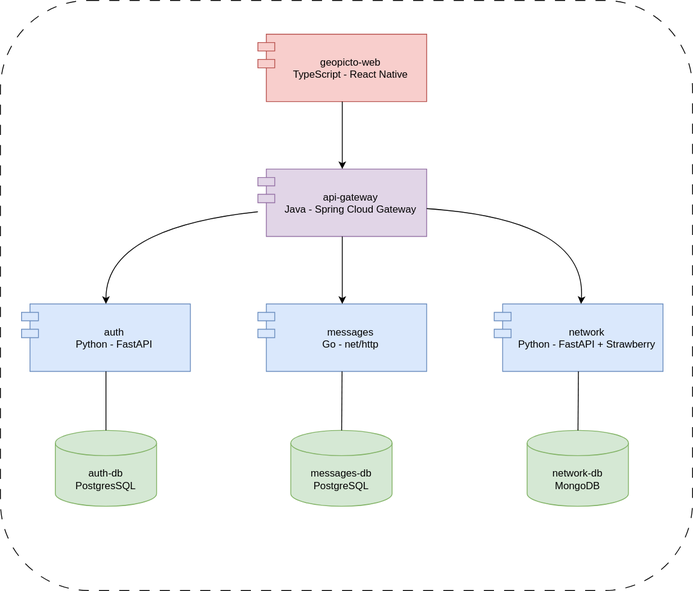
Earlier version of the draw.io export docs/diagrams/C&C view.svg (jumedinaca/swarch-project). Source tidied: cells renumbered, new cells last; positions are measured from the earlier drawing's top-left corner, leaving out a move shared by most shapes.
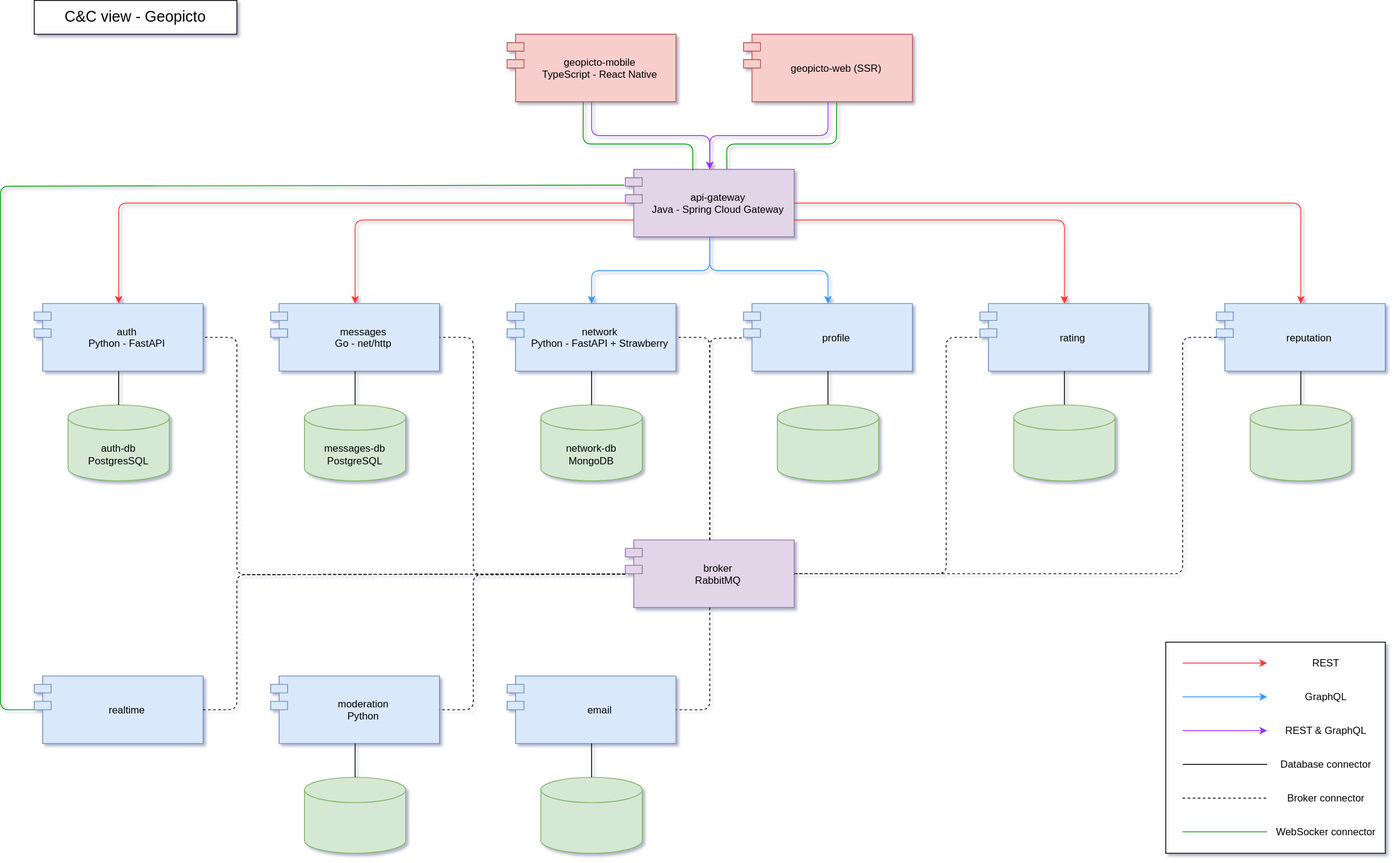
Later version of the same file.

The edit, as a diff of the source:
```diff
@@ -1,33 +1,30 @@
-<mxGraphModel background="#ffffff">
+<mxGraphModel background="#ffffff" shadow="1">
   <root>
     <mxCell id="0" />
     <mxCell id="1" parent="0" />
-    <mxCell id="2" style="rounded=1;whiteSpace=wrap;html=1;strokeWidth=1;fillStyle=auto;fillColor=none;gradientColor=none;dashed=1;dashPattern=12 12;glass=0;shadow=0;" parent="1" vertex="1">
-      <mxGeometry width="820" height="700" as="geometry" />
-    </mxCell>
-    <mxCell id="3" value="geopicto-web&#10;TypeScript - React Native" style="shape=module;align=left;spacingLeft=20;align=center;verticalAlign=middle;strokeWidth=1;fillColor=#f8cecc;strokeColor=#b85450;" parent="1" vertex="1">
-      <mxGeometry x="305" y="40" width="200" height="80" as="geometry" />
+    <mxCell id="3" value="geopicto-mobile&#10;TypeScript - React Native" style="shape=module;align=left;spacingLeft=20;align=center;verticalAlign=middle;strokeWidth=1;fillColor=#f8cecc;strokeColor=#b85450;" parent="1" vertex="1">
+      <mxGeometry x="580" y="-150" width="200" height="80" as="geometry" />
     </mxCell>
     <mxCell id="4" value="auth-db&lt;br&gt;PostgresSQL" style="shape=cylinder3;whiteSpace=wrap;html=1;boundedLbl=1;backgroundOutline=1;size=15;strokeWidth=1;fillColor=#d5e8d4;strokeColor=#82b366;" parent="1" vertex="1">
-      <mxGeometry x="65" y="510" width="120" height="90" as="geometry" />
+      <mxGeometry x="60" y="289" width="120" height="90" as="geometry" />
     </mxCell>
     <mxCell id="5" value="api-gateway&#10;Java - Spring Cloud Gateway" style="shape=module;align=left;spacingLeft=20;align=center;verticalAlign=middle;strokeWidth=1;fillColor=#e1d5e7;strokeColor=#9673a6;fillStyle=auto;" parent="1" vertex="1">
-      <mxGeometry x="305" y="200" width="200" height="80" as="geometry" />
+      <mxGeometry x="720" y="10" width="200" height="80" as="geometry" />
     </mxCell>
     <mxCell id="6" value="messages&#10;Go - net/http" style="shape=module;align=left;spacingLeft=20;align=center;verticalAlign=middle;strokeWidth=1;fillColor=#dae8fc;strokeColor=#6c8ebf;" parent="1" vertex="1">
-      <mxGeometry x="305" y="360" width="200" height="80" as="geometry" />
+      <mxGeometry x="300" y="169" width="200" height="80" as="geometry" />
     </mxCell>
     <mxCell id="7" value="auth&#10;Python - FastAPI" style="shape=module;align=left;spacingLeft=20;align=center;verticalAlign=middle;strokeWidth=1;fillColor=#dae8fc;strokeColor=#6c8ebf;" parent="1" vertex="1">
-      <mxGeometry x="25" y="360" width="200" height="80" as="geometry" />
+      <mxGeometry x="20" y="169" width="200" height="80" as="geometry" />
     </mxCell>
     <mxCell id="8" value="network&#10;Python - FastAPI + Strawberry" style="shape=module;align=left;spacingLeft=20;align=center;verticalAlign=middle;strokeWidth=1;fillColor=#dae8fc;strokeColor=#6c8ebf;" parent="1" vertex="1">
-      <mxGeometry x="585" y="360" width="200" height="80" as="geometry" />
+      <mxGeometry x="580" y="169" width="200" height="80" as="geometry" />
     </mxCell>
     <mxCell id="9" value="messages-db&lt;br&gt;PostgreSQL" style="shape=cylinder3;whiteSpace=wrap;html=1;boundedLbl=1;backgroundOutline=1;size=15;strokeWidth=1;fillColor=#d5e8d4;strokeColor=#82b366;" parent="1" vertex="1">
-      <mxGeometry x="344" y="510" width="120" height="90" as="geometry" />
+      <mxGeometry x="340" y="289" width="120" height="90" as="geometry" />
     </mxCell>
     <mxCell id="10" value="network-db&lt;br&gt;MongoDB" style="shape=cylinder3;whiteSpace=wrap;html=1;boundedLbl=1;backgroundOutline=1;size=15;strokeWidth=1;fillColor=#d5e8d4;strokeColor=#82b366;" parent="1" vertex="1">
-      <mxGeometry x="624" y="510" width="120" height="90" as="geometry" />
+      <mxGeometry x="620" y="289" width="120" height="90" as="geometry" />
     </mxCell>
     <mxCell id="11" style="endArrow=none;html=1;strokeWidth=1;" parent="1" edge="1" source="10" target="8">
       <mxGeometry relative="1" as="geometry" />
@@ -38,25 +35,275 @@
     <mxCell id="13" style="endArrow=none;html=1;strokeWidth=1;" parent="1" edge="1" source="9" target="6">
       <mxGeometry relative="1" as="geometry" />
     </mxCell>
+    <mxCell id="17" style="endArrow=classic;html=1;strokeWidth=1;rounded=1;strokeColor=#9933FF;" parent="1" edge="1" source="3" target="5">
+      <mxGeometry relative="1" as="geometry">
+        <Array as="points">
+          <mxPoint x="680" y="-30" />
+          <mxPoint x="820" y="-30" />
+        </Array>
+      </mxGeometry>
+    </mxCell>
+    <mxCell id="18" value="broker&#10;RabbitMQ" style="shape=module;align=left;spacingLeft=20;align=center;verticalAlign=middle;strokeWidth=1;fillColor=#e1d5e7;strokeColor=#9673a6;fillStyle=auto;" parent="1" vertex="1">
+      <mxGeometry x="720" y="449" width="200" height="80" as="geometry" />
+    </mxCell>
+    <mxCell id="19" value="moderation&#10;Python" style="shape=module;align=left;spacingLeft=20;align=center;verticalAlign=middle;strokeWidth=1;fillColor=#dae8fc;strokeColor=#6c8ebf;" parent="1" vertex="1">
+      <mxGeometry x="300" y="610" width="200" height="80" as="geometry" />
+    </mxCell>
+    <mxCell id="20" value="profile" style="shape=module;align=left;spacingLeft=20;align=center;verticalAlign=middle;strokeWidth=1;fillColor=#dae8fc;strokeColor=#6c8ebf;" parent="1" vertex="1">
+      <mxGeometry x="860" y="169" width="200" height="80" as="geometry" />
+    </mxCell>
+    <mxCell id="21" style="endArrow=none;html=1;strokeWidth=1;" parent="1" edge="1" source="22" target="20">
+      <mxGeometry relative="1" as="geometry" />
+    </mxCell>
+    <mxCell id="22" style="shape=cylinder3;whiteSpace=wrap;html=1;boundedLbl=1;backgroundOutline=1;size=15;strokeWidth=1;fillColor=#d5e8d4;strokeColor=#82b366;" parent="1" vertex="1">
+      <mxGeometry x="900" y="289" width="120" height="90" as="geometry" />
+    </mxCell>
+    <mxCell id="23" value="rating" style="shape=module;align=left;spacingLeft=20;align=center;verticalAlign=middle;strokeWidth=1;fillColor=#dae8fc;strokeColor=#6c8ebf;" parent="1" vertex="1">
+      <mxGeometry x="1140" y="169" width="200" height="80" as="geometry" />
+    </mxCell>
+    <mxCell id="24" style="endArrow=none;html=1;strokeWidth=1;" parent="1" edge="1" source="25" target="23">
+      <mxGeometry relative="1" as="geometry" />
+    </mxCell>
+    <mxCell id="25" style="shape=cylinder3;whiteSpace=wrap;html=1;boundedLbl=1;backgroundOutline=1;size=15;strokeWidth=1;fillColor=#d5e8d4;strokeColor=#82b366;" parent="1" vertex="1">
+      <mxGeometry x="1180" y="289" width="120" height="90" as="geometry" />
+    </mxCell>
+    <mxCell id="26" value="realtime" style="shape=module;align=left;spacingLeft=20;align=center;verticalAlign=middle;strokeWidth=1;fillColor=#dae8fc;strokeColor=#6c8ebf;fillStyle=auto;" parent="1" vertex="1">
+      <mxGeometry x="20" y="610" width="200" height="80" as="geometry" />
+    </mxCell>
+    <mxCell id="27" value="geopicto-web (SSR)" style="shape=module;align=left;spacingLeft=20;align=center;verticalAlign=middle;strokeWidth=1;fillColor=#f8cecc;strokeColor=#b85450;" parent="1" vertex="1">
+      <mxGeometry x="860" y="-150" width="200" height="80" as="geometry" />
+    </mxCell>
+    <mxCell id="28" value="email" style="shape=module;align=left;spacingLeft=20;align=center;verticalAlign=middle;strokeWidth=1;fillColor=#dae8fc;strokeColor=#6c8ebf;" parent="1" vertex="1">
+      <mxGeometry x="580" y="610" width="200" height="80" as="geometry" />
+    </mxCell>
+    <mxCell id="29" value="reputation" style="shape=module;align=left;spacingLeft=20;align=center;verticalAlign=middle;strokeWidth=1;fillColor=#dae8fc;strokeColor=#6c8ebf;" parent="1" vertex="1">
+      <mxGeometry x="1420" y="169" width="200" height="80" as="geometry" />
+    </mxCell>
+    <mxCell id="30" style="endArrow=none;html=1;strokeWidth=1;dashed=1;" parent="1" edge="1" source="18" target="7">
+      <mxGeometry relative="1" as="geometry">
+        <Array as="points">
+          <mxPoint x="260" y="490" />
+          <mxPoint x="260" y="209" />
+        </Array>
+      </mxGeometry>
+    </mxCell>
+    <mxCell id="31" style="endArrow=none;html=1;strokeWidth=1;dashed=1;" parent="1" edge="1" source="18" target="23">
+      <mxGeometry relative="1" as="geometry">
+        <Array as="points">
+          <mxPoint x="1100" y="489" />
+          <mxPoint x="1100" y="209" />
+        </Array>
+      </mxGeometry>
+    </mxCell>
+    <mxCell id="32" style="endArrow=none;html=1;strokeWidth=1;dashed=1;" parent="1" edge="1" source="18" target="28">
+      <mxGeometry relative="1" as="geometry">
+        <Array as="points">
+          <mxPoint x="820" y="650" />
+        </Array>
+      </mxGeometry>
+    </mxCell>
+    <mxCell id="33" style="endArrow=none;html=1;strokeWidth=1;dashed=1;exitX=0;exitY=0.505;exitDx=0;exitDy=0;exitPerimeter=0;" parent="1" edge="1" source="18" target="19">
+      <mxGeometry relative="1" as="geometry">
+        <Array as="points">
+          <mxPoint x="540" y="490" />
+          <mxPoint x="540" y="650" />
+        </Array>
+      </mxGeometry>
+    </mxCell>
+    <mxCell id="34" style="endArrow=none;html=1;strokeWidth=1;dashed=1;" parent="1" edge="1" source="29" target="18">
+      <mxGeometry relative="1" as="geometry">
+        <Array as="points">
+          <mxPoint x="1380" y="209" />
+          <mxPoint x="1380" y="489" />
+        </Array>
+      </mxGeometry>
+    </mxCell>
+    <mxCell id="35" style="endArrow=classic;html=1;strokeWidth=1;strokeColor=#9933FF;" parent="1" edge="1" source="27" target="5">
+      <mxGeometry relative="1" as="geometry">
+        <Array as="points">
+          <mxPoint x="960" y="-30" />
+          <mxPoint x="820" y="-30" />
+        </Array>
+      </mxGeometry>
+    </mxCell>
+    <mxCell id="36" style="shape=cylinder3;whiteSpace=wrap;html=1;boundedLbl=1;backgroundOutline=1;size=15;strokeWidth=1;fillColor=#d5e8d4;strokeColor=#82b366;" parent="1" vertex="1">
+      <mxGeometry x="1460" y="289" width="120" height="90" as="geometry" />
+    </mxCell>
+    <mxCell id="37" style="endArrow=none;html=1;strokeWidth=1;dashed=1;" parent="1" edge="1" source="18" target="6">
+      <mxGeometry relative="1" as="geometry">
+        <Array as="points">
+          <mxPoint x="540" y="490" />
+          <mxPoint x="540" y="209" />
+        </Array>
+      </mxGeometry>
+    </mxCell>
+    <mxCell id="38" style="endArrow=none;html=1;strokeWidth=1;dashed=1;" parent="1" edge="1" source="18" target="20">
+      <mxGeometry relative="1" as="geometry">
+        <Array as="points">
+          <mxPoint x="820" y="210" />
+        </Array>
+      </mxGeometry>
+    </mxCell>
+    <mxCell id="39" style="endArrow=none;html=1;strokeWidth=1;dashed=1;" parent="1" edge="1" source="18" target="8">
+      <mxGeometry relative="1" as="geometry">
+        <Array as="points">
+          <mxPoint x="820" y="209" />
+        </Array>
+      </mxGeometry>
+    </mxCell>
+    <mxCell id="40" style="endArrow=none;html=1;strokeWidth=1;rounded=1;dashed=1;strokeColor=#000000;" parent="1" edge="1" source="26" target="18">
+      <mxGeometry relative="1" as="geometry">
+        <Array as="points">
+          <mxPoint x="260" y="650" />
+          <mxPoint x="260" y="490" />
+        </Array>
+      </mxGeometry>
+    </mxCell>
-    <mxCell id="14" style="endArrow=classic;html=1;strokeWidth=1;curved=1;" parent="1" edge="1" source="5" target="7">
+    <mxCell id="14" style="endArrow=classic;html=1;strokeWidth=1;rounded=1;strokeColor=#FF3333;" parent="1" edge="1" source="5" target="7">
       <mxGeometry relative="1" as="geometry">
         <Array as="points">
-          <mxPoint x="125" y="270" />
+          <mxPoint x="120" y="50" />
         </Array>
       </mxGeometry>
     </mxCell>
-    <mxCell id="15" style="endArrow=classic;html=1;strokeWidth=1;curved=1;" parent="1" edge="1" source="5" target="6">
-      <mxGeometry relative="1" as="geometry" />
+    <mxCell id="15" style="endArrow=classic;html=1;strokeWidth=1;rounded=1;strokeColor=#FF3333;exitX=0;exitY=0.75;exitDx=10;exitDy=0;exitPerimeter=0;" parent="1" edge="1" source="5" target="6">
+      <mxGeometry relative="1" as="geometry">
+        <Array as="points">
+          <mxPoint x="400" y="70" />
+        </Array>
+      </mxGeometry>
     </mxCell>
-    <mxCell id="16" style="endArrow=classic;html=1;strokeWidth=1;curved=1;" parent="1" edge="1" source="5" target="8">
+    <mxCell id="16" style="endArrow=classic;html=1;strokeWidth=1;rounded=1;strokeColor=#3399FF;" parent="1" edge="1" source="5" target="8">
       <mxGeometry relative="1" as="geometry">
         <Array as="points">
-          <mxPoint x="695" y="260" />
+          <mxPoint x="820" y="130" />
+          <mxPoint x="680" y="130" />
         </Array>
       </mxGeometry>
     </mxCell>
-    <mxCell id="17" style="endArrow=classic;html=1;strokeWidth=1;curved=1;" parent="1" edge="1" source="3" target="5">
-      <mxGeometry relative="1" as="geometry" />
-    </mxCell>
+    <mxCell id="41" style="endArrow=classic;html=1;strokeWidth=1;rounded=1;strokeColor=#3399FF;" parent="1" edge="1" source="5" target="20">
+      <mxGeometry relative="1" as="geometry">
+        <Array as="points">
+          <mxPoint x="820" y="130" />
+          <mxPoint x="960" y="130" />
+        </Array>
+      </mxGeometry>
+    </mxCell>
+    <mxCell id="42" style="endArrow=classic;html=1;strokeWidth=1;rounded=1;strokeColor=#FF3333;exitX=1;exitY=0.75;exitDx=0;exitDy=0;" parent="1" edge="1" source="5" target="23">
+      <mxGeometry relative="1" as="geometry">
+        <Array as="points">
+          <mxPoint x="1240" y="70" />
+        </Array>
+      </mxGeometry>
+    </mxCell>
+    <mxCell id="43" style="endArrow=classic;html=1;strokeWidth=1;rounded=1;strokeColor=#FF3333;" parent="1" edge="1" source="5" target="29">
+      <mxGeometry relative="1" as="geometry">
+        <Array as="points">
+          <mxPoint x="1520" y="50" />
+        </Array>
+      </mxGeometry>
+    </mxCell>
+    <mxCell id="44" value="C&amp;amp;C view - Geopicto" style="rounded=0;whiteSpace=wrap;html=1;strokeWidth=1;fontSize=18;" parent="1" vertex="1">
+      <mxGeometry x="20" y="-190" width="240" height="40" as="geometry" />
+    </mxCell>
+    <mxCell id="45" style="shape=cylinder3;whiteSpace=wrap;html=1;boundedLbl=1;backgroundOutline=1;size=15;strokeWidth=1;fillColor=#d5e8d4;strokeColor=#82b366;" parent="1" vertex="1">
+      <mxGeometry x="340" y="730" width="120" height="90" as="geometry" />
+    </mxCell>
+    <mxCell id="46" style="shape=cylinder3;whiteSpace=wrap;html=1;boundedLbl=1;backgroundOutline=1;size=15;strokeWidth=1;fillColor=#d5e8d4;strokeColor=#82b366;" parent="1" vertex="1">
+      <mxGeometry x="620" y="730" width="120" height="90" as="geometry" />
+    </mxCell>
+    <mxCell id="47" style="endArrow=none;html=1;strokeWidth=1;rounded=1;strokeColor=#000000;fontSize=18;" parent="1" edge="1" source="45" target="19">
+      <mxGeometry relative="1" as="geometry" />
+    </mxCell>
+    <mxCell id="48" style="endArrow=none;html=1;strokeWidth=1;rounded=1;strokeColor=#000000;fontSize=18;" parent="1" edge="1" source="46" target="28">
+      <mxGeometry relative="1" as="geometry" />
+    </mxCell>
+    <mxCell id="49" style="endArrow=none;html=1;strokeWidth=1;rounded=1;strokeColor=#000000;fontSize=18;" parent="1" edge="1" source="36" target="29">
+      <mxGeometry relative="1" as="geometry" />
+    </mxCell>
+    <mxCell id="50" style="group;" parent="1" vertex="1">
+      <mxGeometry x="1360" y="570" width="260" height="250" as="geometry" />
+    </mxCell>
+    <mxCell id="51" style="rounded=0;whiteSpace=wrap;html=1;strokeWidth=1;" parent="50" vertex="1">
+      <mxGeometry width="260" height="250" as="geometry" />
+    </mxCell>
+    <mxCell id="52" style="endArrow=classic;html=1;strokeWidth=1;strokeColor=#FF3333;" parent="50" edge="1">
+      <mxGeometry relative="1" as="geometry">
+        <mxPoint x="20" y="24.8" as="sourcePoint" />
+        <mxPoint x="120" y="24.8" as="targetPoint" />
+      </mxGeometry>
+    </mxCell>
+    <mxCell id="53" value="REST" style="text;html=1;strokeColor=none;fillColor=none;align=center;verticalAlign=middle;whiteSpace=wrap;rounded=0;strokeWidth=1;" parent="50" vertex="1">
+      <mxGeometry x="160" y="10" width="60" height="30" as="geometry" />
+    </mxCell>
+    <mxCell id="54" style="endArrow=classic;html=1;strokeWidth=1;strokeColor=#3399FF;" parent="50" edge="1">
+      <mxGeometry relative="1" as="geometry">
+        <mxPoint x="20" y="64.8" as="sourcePoint" />
+        <mxPoint x="120" y="64.8" as="targetPoint" />
+      </mxGeometry>
+    </mxCell>
+    <mxCell id="55" value="GraphQL" style="text;html=1;strokeColor=none;fillColor=none;align=center;verticalAlign=middle;whiteSpace=wrap;rounded=0;strokeWidth=1;" parent="50" vertex="1">
+      <mxGeometry x="160" y="50" width="60" height="30" as="geometry" />
+    </mxCell>
+    <mxCell id="56" style="endArrow=classic;html=1;strokeWidth=1;strokeColor=#9933FF;" parent="50" edge="1">
+      <mxGeometry relative="1" as="geometry">
+        <mxPoint x="20" y="104.8" as="sourcePoint" />
+        <mxPoint x="120" y="104.8" as="targetPoint" />
+      </mxGeometry>
+    </mxCell>
+    <mxCell id="57" value="REST &amp;amp; GraphQL" style="text;html=1;strokeColor=none;fillColor=none;align=center;verticalAlign=middle;whiteSpace=wrap;rounded=0;strokeWidth=1;" parent="50" vertex="1">
+      <mxGeometry x="135" y="90" width="110" height="30" as="geometry" />
+    </mxCell>
+    <mxCell id="58" style="endArrow=none;html=1;strokeWidth=1;rounded=1;strokeColor=#000000;" parent="50" edge="1">
+      <mxGeometry relative="1" as="geometry">
+        <mxPoint x="20" y="144.8" as="sourcePoint" />
+        <mxPoint x="120" y="144.8" as="targetPoint" />
+      </mxGeometry>
+    </mxCell>
+    <mxCell id="59" value="Database connector" style="text;html=1;strokeColor=none;fillColor=none;align=center;verticalAlign=middle;whiteSpace=wrap;rounded=0;strokeWidth=1;" parent="50" vertex="1">
+      <mxGeometry x="130" y="130" width="120" height="30" as="geometry" />
+    </mxCell>
+    <mxCell id="60" style="endArrow=none;html=1;strokeWidth=1;rounded=1;strokeColor=#000000;dashed=1;" parent="50" edge="1">
+      <mxGeometry relative="1" as="geometry">
+        <mxPoint x="20" y="184.8" as="sourcePoint" />
+        <mxPoint x="120" y="184.8" as="targetPoint" />
+      </mxGeometry>
+    </mxCell>
+    <mxCell id="61" value="Broker connector" style="text;html=1;strokeColor=none;fillColor=none;align=center;verticalAlign=middle;whiteSpace=wrap;rounded=0;strokeWidth=1;" parent="50" vertex="1">
+      <mxGeometry x="130" y="170" width="120" height="30" as="geometry" />
+    </mxCell>
+    <mxCell id="62" value="WebSocker connector" style="text;html=1;strokeColor=none;fillColor=none;align=center;verticalAlign=middle;whiteSpace=wrap;rounded=0;strokeWidth=1;" parent="50" vertex="1">
+      <mxGeometry x="130" y="210" width="120" height="30" as="geometry" />
+    </mxCell>
+    <mxCell id="63" style="endArrow=none;html=1;strokeWidth=1;rounded=1;strokeColor=#009900;" parent="50" edge="1">
+      <mxGeometry relative="1" as="geometry">
+        <mxPoint x="20" y="224.6" as="sourcePoint" />
+        <mxPoint x="120" y="224.6" as="targetPoint" />
+      </mxGeometry>
+    </mxCell>
+    <mxCell id="64" style="endArrow=none;html=1;strokeWidth=1;rounded=1;strokeColor=#009900;exitX=-0.006;exitY=0.234;exitDx=0;exitDy=0;exitPerimeter=0;" parent="1" edge="1" source="5" target="26">
+      <mxGeometry relative="1" as="geometry">
+        <Array as="points">
+          <mxPoint x="-20" y="30" />
+          <mxPoint x="-20" y="650" />
+        </Array>
+      </mxGeometry>
+    </mxCell>
+    <mxCell id="65" style="endArrow=none;html=1;strokeWidth=1;rounded=1;strokeColor=#009900;fontSize=18;entryX=0.451;entryY=1.002;entryDx=0;entryDy=0;entryPerimeter=0;exitX=0.4;exitY=0.021;exitDx=0;exitDy=0;exitPerimeter=0;" parent="1" edge="1" source="5" target="3">
+      <mxGeometry relative="1" as="geometry">
+        <Array as="points">
+          <mxPoint x="800" y="-20" />
+          <mxPoint x="670" y="-20" />
+        </Array>
+      </mxGeometry>
+    </mxCell>
+    <mxCell id="66" style="endArrow=none;html=1;strokeWidth=1;rounded=1;strokeColor=#009900;fontSize=18;entryX=0.552;entryY=1.009;entryDx=0;entryDy=0;entryPerimeter=0;exitX=0.602;exitY=0;exitDx=0;exitDy=0;exitPerimeter=0;" parent="1" edge="1" source="5" target="27">
+      <mxGeometry relative="1" as="geometry">
+        <Array as="points">
+          <mxPoint x="840" y="-20" />
+          <mxPoint x="970" y="-20" />
+        </Array>
+      </mxGeometry>
+    </mxCell>
   </root>
 </mxGraphModel>
```
